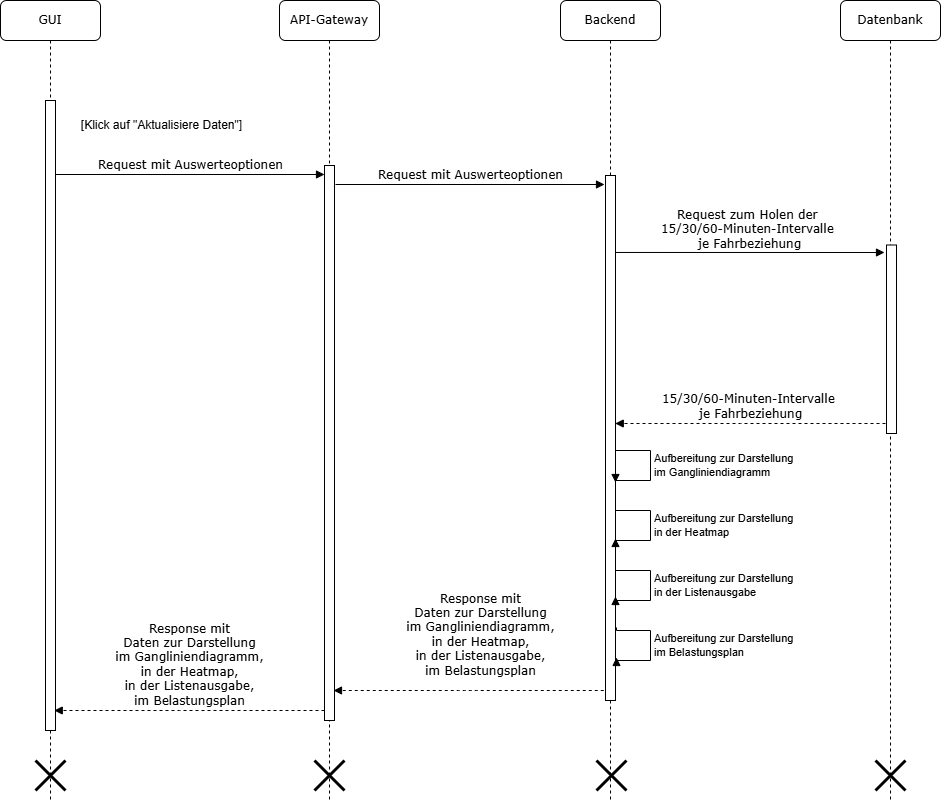
Above: docs/src/img/DAVe_Laufzeitdiagramm_Zaehlstelle_Auswertung.drawio.png in it-at-m/dave (draw.io), before the change. Source tidied: cells renumbered, new cells last; positions are measured from the earlier drawing's top-left corner, leaving out a move shared by most shapes.
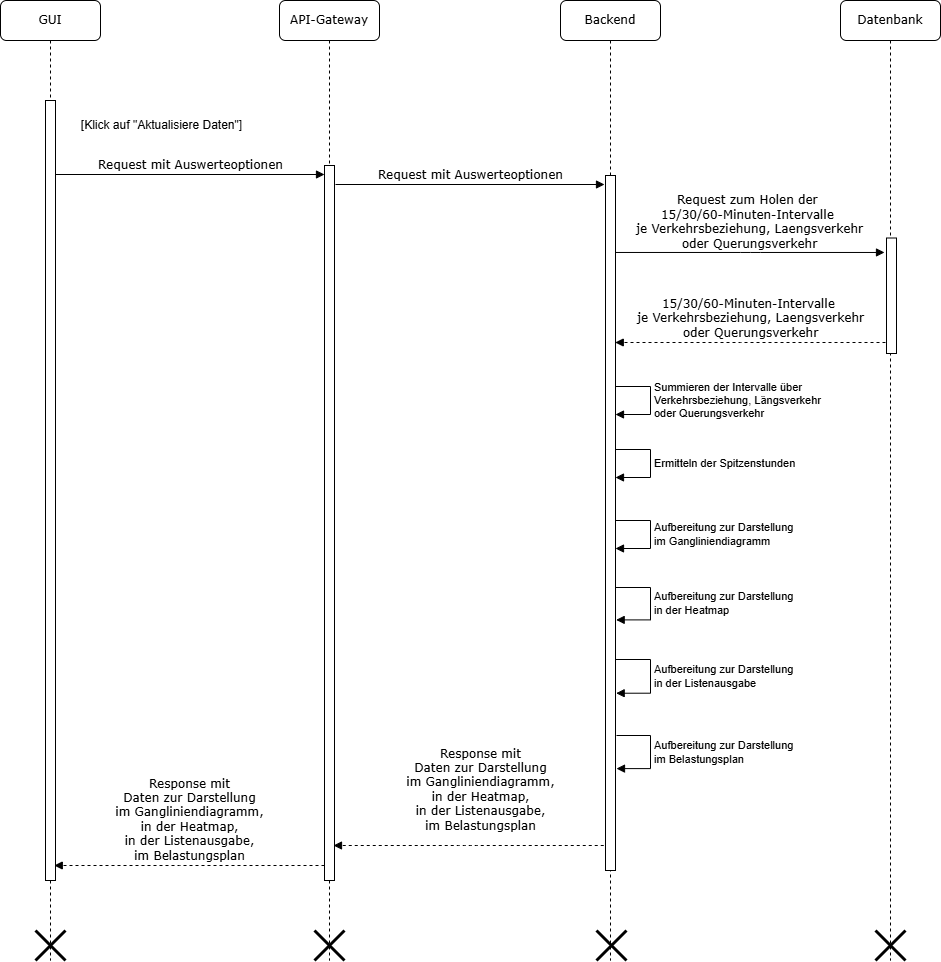
Above is the later version.

Commit message:
adapt laufzeitdiagramm und datenmodell

What changed in the source:
```diff
@@ -3,73 +3,73 @@
     <mxCell id="0" />
     <mxCell id="1" parent="0" />
     <mxCell id="2" value="API-Gateway" style="shape=umlLifeline;perimeter=lifelinePerimeter;whiteSpace=wrap;html=1;rounded=1;shadow=0;comic=0;labelBackgroundColor=none;strokeWidth=1;fontFamily=Verdana;fontSize=12;align=center;" parent="1" vertex="1">
-      <mxGeometry x="279" width="100" height="800" as="geometry" />
+      <mxGeometry x="279" width="100" height="960" as="geometry" />
     </mxCell>
     <mxCell id="3" style="html=1;perimeter=orthogonalPerimeter;rounded=0;shadow=0;comic=0;labelBackgroundColor=none;strokeWidth=1;fontFamily=Verdana;fontSize=12;align=center;" parent="2" vertex="1">
-      <mxGeometry x="45" y="165" width="10" height="555" as="geometry" />
+      <mxGeometry x="45" y="165" width="10" height="715" as="geometry" />
     </mxCell>
     <mxCell id="4" value="Response mit&lt;div&gt;Daten zur Darstellung&lt;/div&gt;&lt;div&gt;im Gangliniendiagramm,&lt;/div&gt;&lt;div&gt;in der Heatmap,&lt;/div&gt;&lt;div&gt;in der Listenausgabe,&lt;/div&gt;&lt;div&gt;im Belastungsplan&lt;/div&gt;" style="html=1;verticalAlign=bottom;endArrow=block;labelBackgroundColor=none;fontFamily=Verdana;fontSize=12;edgeStyle=elbowEdgeStyle;elbow=vertical;exitX=0.925;exitY=0.55;exitDx=0;exitDy=0;exitPerimeter=0;dashed=1;" parent="2" edge="1">
       <mxGeometry relative="1" as="geometry">
-        <mxPoint x="45" y="710" as="sourcePoint" />
-        <mxPoint x="-225.2" y="710" as="targetPoint" />
+        <mxPoint x="45" y="865" as="sourcePoint" />
+        <mxPoint x="-225.2" y="865" as="targetPoint" />
       </mxGeometry>
     </mxCell>
     <mxCell id="5" style="shape=umlDestroy;whiteSpace=wrap;html=1;strokeWidth=3;targetShapes=umlLifeline;" parent="2" vertex="1">
-      <mxGeometry x="35" y="760" width="30" height="30" as="geometry" />
+      <mxGeometry x="35" y="930" width="30" height="30" as="geometry" />
     </mxCell>
     <mxCell id="6" value="Backend" style="shape=umlLifeline;perimeter=lifelinePerimeter;whiteSpace=wrap;html=1;rounded=1;shadow=0;comic=0;labelBackgroundColor=none;strokeWidth=1;fontFamily=Verdana;fontSize=12;align=center;" parent="1" vertex="1">
-      <mxGeometry x="560" width="100" height="800" as="geometry" />
+      <mxGeometry x="560" width="100" height="960" as="geometry" />
     </mxCell>
     <mxCell id="7" style="html=1;perimeter=orthogonalPerimeter;rounded=0;shadow=0;comic=0;labelBackgroundColor=none;strokeWidth=1;fontFamily=Verdana;fontSize=12;align=center;" parent="6" vertex="1">
-      <mxGeometry x="45" y="175" width="10" height="525" as="geometry" />
+      <mxGeometry x="45" y="175" width="10" height="695" as="geometry" />
     </mxCell>
     <mxCell id="8" value="Aufbereitung zur Darstellung&lt;div&gt;im Gangliniendiagramm&lt;/div&gt;" style="html=1;align=left;spacingLeft=2;endArrow=block;rounded=0;edgeStyle=orthogonalEdgeStyle;curved=0;rounded=0;" parent="6" edge="1">
       <mxGeometry relative="1" as="geometry">
-        <mxPoint x="55" y="452" as="sourcePoint" />
-        <mxPoint x="55" y="482" as="targetPoint" />
+        <mxPoint x="55" y="520" as="sourcePoint" />
+        <mxPoint x="55" y="548" as="targetPoint" />
         <Array as="points">
-          <mxPoint x="90" y="450" />
-          <mxPoint x="90" y="480" />
+          <mxPoint x="90" y="520" />
+          <mxPoint x="90" y="548" />
         </Array>
       </mxGeometry>
     </mxCell>
-    <mxCell id="9" value="Aufbereitung zur Darstellung&lt;div&gt;in der Heatmap&lt;/div&gt;" style="html=1;align=left;spacingLeft=2;endArrow=block;rounded=0;edgeStyle=orthogonalEdgeStyle;curved=0;rounded=0;" parent="6" edge="1">
+    <mxCell id="9" value="Aufbereitung zur Darstellung&lt;div&gt;in der Heatmap&lt;/div&gt;" style="html=1;align=left;spacingLeft=2;endArrow=block;rounded=0;edgeStyle=orthogonalEdgeStyle;curved=0;rounded=0;entryX=1.067;entryY=0.696;entryDx=0;entryDy=0;entryPerimeter=0;" parent="6" edge="1">
       <mxGeometry relative="1" as="geometry">
-        <mxPoint x="55" y="508" as="sourcePoint" />
-        <mxPoint x="55" y="538" as="targetPoint" />
+        <mxPoint x="55" y="587" as="sourcePoint" />
+        <mxPoint x="55.7" y="619.4" as="targetPoint" />
         <Array as="points">
-          <mxPoint x="90" y="510" />
-          <mxPoint x="90" y="540" />
+          <mxPoint x="90" y="587" />
+          <mxPoint x="90" y="619" />
         </Array>
       </mxGeometry>
     </mxCell>
     <mxCell id="10" style="shape=umlDestroy;whiteSpace=wrap;html=1;strokeWidth=3;targetShapes=umlLifeline;" parent="6" vertex="1">
-      <mxGeometry x="36" y="760" width="30" height="30" as="geometry" />
+      <mxGeometry x="36" y="930" width="30" height="30" as="geometry" />
     </mxCell>
-    <mxCell id="11" value="Aufbereitung zur Darstellung&lt;div&gt;in der Listenausgabe&lt;/div&gt;" style="html=1;align=left;spacingLeft=2;endArrow=block;rounded=0;edgeStyle=orthogonalEdgeStyle;curved=0;rounded=0;" parent="6" edge="1">
+    <mxCell id="11" value="Aufbereitung zur Darstellung&lt;div&gt;in der Listenausgabe&lt;/div&gt;" style="html=1;align=left;spacingLeft=2;endArrow=block;rounded=0;edgeStyle=orthogonalEdgeStyle;curved=0;rounded=0;entryX=1.067;entryY=0.809;entryDx=0;entryDy=0;entryPerimeter=0;" parent="6" edge="1">
       <mxGeometry relative="1" as="geometry">
-        <mxPoint x="55" y="566" as="sourcePoint" />
-        <mxPoint x="55" y="596" as="targetPoint" />
+        <mxPoint x="55" y="659" as="sourcePoint" />
+        <mxPoint x="55.7" y="692.7" as="targetPoint" />
         <Array as="points">
-          <mxPoint x="90" y="570" />
-          <mxPoint x="90" y="600" />
+          <mxPoint x="90" y="659" />
+          <mxPoint x="90" y="693" />
         </Array>
       </mxGeometry>
     </mxCell>
     <mxCell id="12" value="Datenbank" style="shape=umlLifeline;perimeter=lifelinePerimeter;whiteSpace=wrap;html=1;rounded=1;shadow=0;comic=0;labelBackgroundColor=none;strokeWidth=1;fontFamily=Verdana;fontSize=12;align=center;" parent="1" vertex="1">
-      <mxGeometry x="840" width="100" height="800" as="geometry" />
+      <mxGeometry x="840" width="100" height="960" as="geometry" />
     </mxCell>
     <mxCell id="13" style="shape=umlDestroy;whiteSpace=wrap;html=1;strokeWidth=3;targetShapes=umlLifeline;" parent="12" vertex="1">
-      <mxGeometry x="35" y="760" width="30" height="30" as="geometry" />
+      <mxGeometry x="35" y="930" width="30" height="30" as="geometry" />
     </mxCell>
     <mxCell id="14" value="GUI" style="shape=umlLifeline;perimeter=lifelinePerimeter;whiteSpace=wrap;html=1;rounded=1;shadow=0;comic=0;labelBackgroundColor=none;strokeWidth=1;fontFamily=Verdana;fontSize=12;align=center;" parent="1" vertex="1">
-      <mxGeometry width="100" height="800" as="geometry" />
+      <mxGeometry width="100" height="960" as="geometry" />
     </mxCell>
     <mxCell id="15" style="html=1;perimeter=orthogonalPerimeter;rounded=0;shadow=0;comic=0;labelBackgroundColor=none;strokeWidth=1;fontFamily=Verdana;fontSize=12;align=center;" parent="14" vertex="1">
-      <mxGeometry x="45" y="100" width="10" height="630" as="geometry" />
+      <mxGeometry x="45" y="100" width="10" height="780" as="geometry" />
     </mxCell>
     <mxCell id="16" style="shape=umlDestroy;whiteSpace=wrap;html=1;strokeWidth=3;targetShapes=umlLifeline;" parent="14" vertex="1">
-      <mxGeometry x="35" y="760" width="30" height="30" as="geometry" />
+      <mxGeometry x="35" y="930" width="30" height="30" as="geometry" />
     </mxCell>
     <mxCell id="17" value="Request mit Auswerteoptionen" style="html=1;verticalAlign=bottom;endArrow=block;entryX=0;entryY=0;labelBackgroundColor=none;fontFamily=Verdana;fontSize=12;edgeStyle=elbowEdgeStyle;elbow=vertical;" parent="1" edge="1">
       <mxGeometry relative="1" as="geometry">
@@ -86,36 +86,56 @@
     <mxCell id="19" value="[Klick auf &quot;Aktualisiere Daten&quot;]" style="text;html=1;strokeColor=none;fillColor=none;align=center;verticalAlign=middle;whiteSpace=wrap;rounded=0;" parent="1" vertex="1">
       <mxGeometry x="66" y="110" width="191" height="30" as="geometry" />
     </mxCell>
-    <mxCell id="20" value="Request zum Holen der&amp;nbsp;&lt;div&gt;15/30/60-Minuten-Intervalle&amp;nbsp;&lt;/div&gt;&lt;div&gt;je Fahrbeziehung&lt;/div&gt;" style="html=1;verticalAlign=bottom;endArrow=block;entryX=0;entryY=0;labelBackgroundColor=none;fontFamily=Verdana;fontSize=12;edgeStyle=elbowEdgeStyle;elbow=vertical;" parent="1" edge="1">
+    <mxCell id="20" value="Request zum Holen der&amp;nbsp;&lt;div&gt;15/30/60-Minuten-Intervalle&amp;nbsp;&lt;/div&gt;&lt;div&gt;je Verkehrsbeziehung, Laengsverkehr&lt;/div&gt;&lt;div&gt;oder Querungsverkehr&lt;/div&gt;" style="html=1;verticalAlign=bottom;endArrow=block;entryX=0;entryY=0;labelBackgroundColor=none;fontFamily=Verdana;fontSize=12;edgeStyle=elbowEdgeStyle;elbow=horizontal;" parent="1" edge="1">
       <mxGeometry y="-1" relative="1" as="geometry">
         <mxPoint x="615" y="252" as="sourcePoint" />
         <mxPoint x="884" y="252" as="targetPoint" />
       </mxGeometry>
     </mxCell>
     <mxCell id="21" style="html=1;perimeter=orthogonalPerimeter;rounded=0;shadow=0;comic=0;labelBackgroundColor=none;strokeWidth=1;fontFamily=Verdana;fontSize=12;align=center;" parent="1" vertex="1">
-      <mxGeometry x="886" y="244.5" width="10" height="188.5" as="geometry" />
+      <mxGeometry x="886" y="237.5" width="10" height="115.5" as="geometry" />
     </mxCell>
-    <mxCell id="22" value="&lt;div&gt;15/30/60-Minuten-Intervalle&amp;nbsp;&lt;/div&gt;&lt;div&gt;je Fahrbeziehung&lt;/div&gt;" style="html=1;verticalAlign=bottom;endArrow=block;labelBackgroundColor=none;fontFamily=Verdana;fontSize=12;edgeStyle=elbowEdgeStyle;elbow=vertical;exitX=0.925;exitY=0.55;exitDx=0;exitDy=0;exitPerimeter=0;dashed=1;" parent="1" edge="1">
+    <mxCell id="22" value="&lt;div&gt;15/30/60-Minuten-Intervalle&amp;nbsp;&lt;/div&gt;&lt;div&gt;je&amp;nbsp;&lt;span style=&quot;background-color: transparent; color: light-dark(rgb(0, 0, 0), rgb(255, 255, 255));&quot;&gt;Verkehrsbeziehung, Laengsverkehr&lt;/span&gt;&lt;/div&gt;&lt;div&gt;oder Querungsverkehr&lt;/div&gt;" style="html=1;verticalAlign=bottom;endArrow=block;labelBackgroundColor=none;fontFamily=Verdana;fontSize=12;edgeStyle=elbowEdgeStyle;elbow=vertical;exitX=0.925;exitY=0.55;exitDx=0;exitDy=0;exitPerimeter=0;dashed=1;" parent="1" edge="1">
       <mxGeometry relative="1" as="geometry">
-        <mxPoint x="885" y="423" as="sourcePoint" />
-        <mxPoint x="614.8" y="423" as="targetPoint" />
+        <mxPoint x="885" y="342" as="sourcePoint" />
+        <mxPoint x="614.8" y="342" as="targetPoint" />
       </mxGeometry>
     </mxCell>
     <mxCell id="23" value="Response mit&lt;div&gt;Daten zur Darstellung&lt;/div&gt;&lt;div&gt;im Gangliniendiagramm,&lt;/div&gt;&lt;div&gt;in der Heatmap,&lt;/div&gt;&lt;div&gt;in der Listenausgabe,&lt;/div&gt;&lt;div&gt;im Belastungsplan&lt;/div&gt;" style="html=1;verticalAlign=bottom;endArrow=block;labelBackgroundColor=none;fontFamily=Verdana;fontSize=12;edgeStyle=elbowEdgeStyle;elbow=vertical;exitX=0.925;exitY=0.55;exitDx=0;exitDy=0;exitPerimeter=0;dashed=1;" parent="1" edge="1">
       <mxGeometry x="-0.09" y="-10" relative="1" as="geometry">
-        <mxPoint x="603.2" y="690" as="sourcePoint" />
-        <mxPoint x="333" y="690" as="targetPoint" />
+        <mxPoint x="603.2" y="845" as="sourcePoint" />
+        <mxPoint x="333" y="845" as="targetPoint" />
       </mxGeometry>
     </mxCell>
-    <mxCell id="24" value="Aufbereitung zur Darstellung&lt;div&gt;im Belastungsplan&lt;/div&gt;" style="html=1;align=left;spacingLeft=2;endArrow=block;rounded=0;edgeStyle=orthogonalEdgeStyle;curved=0;rounded=0;" parent="1" edge="1">
+    <mxCell id="24" value="Aufbereitung zur Darstellung&lt;div&gt;im Belastungsplan&lt;/div&gt;" style="html=1;align=left;spacingLeft=2;endArrow=block;rounded=0;edgeStyle=orthogonalEdgeStyle;curved=0;rounded=0;entryX=1.1;entryY=0.924;entryDx=0;entryDy=0;entryPerimeter=0;" parent="1" edge="1">
       <mxGeometry relative="1" as="geometry">
-        <mxPoint x="616" y="627" as="sourcePoint" />
-        <mxPoint x="616" y="657" as="targetPoint" />
+        <mxPoint x="616" y="735" as="sourcePoint" />
+        <mxPoint x="616" y="768.1" as="targetPoint" />
         <Array as="points">
-          <mxPoint x="650" y="630" />
-          <mxPoint x="650" y="660" />
+          <mxPoint x="650" y="735" />
+          <mxPoint x="650" y="768" />
         </Array>
       </mxGeometry>
     </mxCell>
+    <mxCell id="25" value="Summieren der Intervalle über&lt;div&gt;Verkehrsbeziehung, Längsverkehr&lt;/div&gt;&lt;div&gt;oder Querungsverkehr&lt;/div&gt;" style="html=1;align=left;spacingLeft=2;endArrow=block;rounded=0;edgeStyle=orthogonalEdgeStyle;curved=0;rounded=0;" parent="1" edge="1">
+      <mxGeometry relative="1" as="geometry">
+        <mxPoint x="615" y="386" as="sourcePoint" />
+        <mxPoint x="615" y="414" as="targetPoint" />
+        <Array as="points">
+          <mxPoint x="650" y="386" />
+          <mxPoint x="650" y="414" />
+        </Array>
+      </mxGeometry>
+    </mxCell>
+    <mxCell id="26" value="Ermitteln der Spitzenstunden" style="html=1;align=left;spacingLeft=2;endArrow=block;rounded=0;edgeStyle=orthogonalEdgeStyle;curved=0;rounded=0;" parent="1" edge="1">
+      <mxGeometry relative="1" as="geometry">
+        <mxPoint x="615" y="449" as="sourcePoint" />
+        <mxPoint x="615" y="477" as="targetPoint" />
+        <Array as="points">
+          <mxPoint x="650" y="449" />
+          <mxPoint x="650" y="477" />
+        </Array>
+      </mxGeometry>
+    </mxCell>
   </root>
 </mxGraphModel>
```
